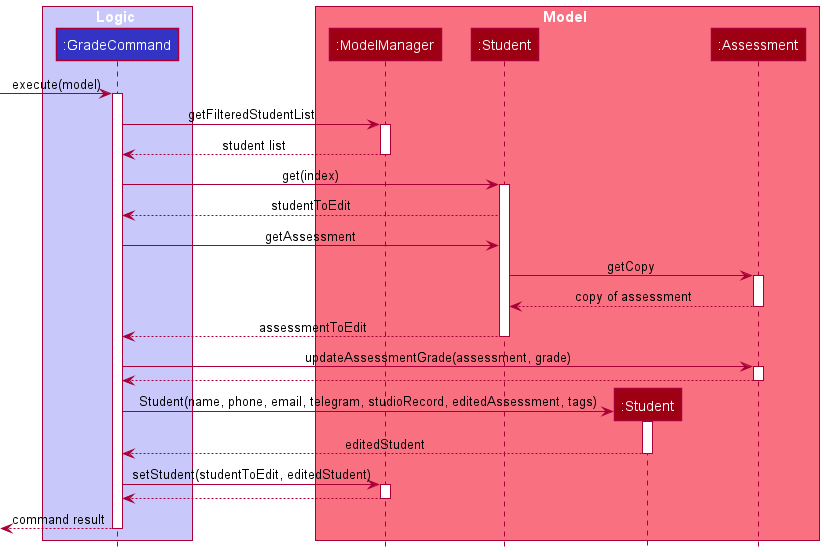
nus-cs2103-AY2122S1/tp keeps this PlantUML diagram as docs/images/dg/logic/commands/gradecommand/GradeCommandSequenceDiagram.png. Above is the earlier version.
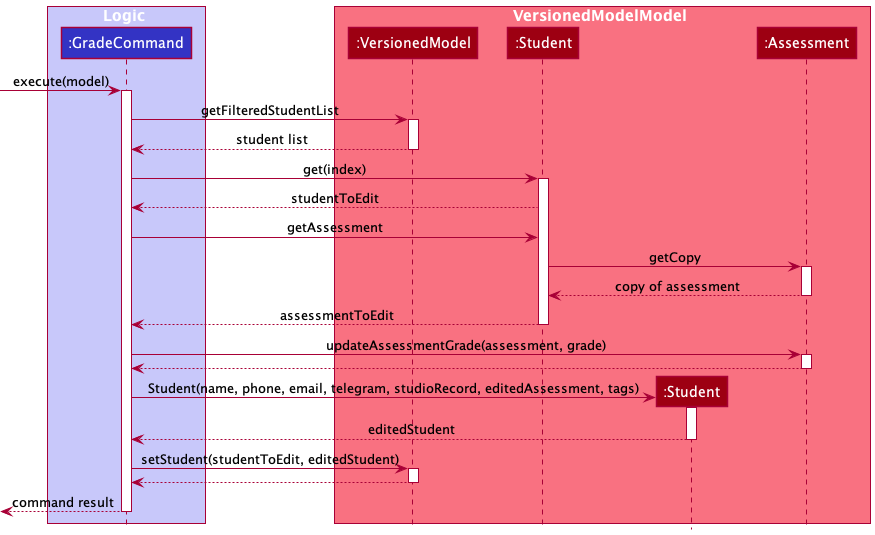
After the commit.

Diff of the diagram source:
```diff
@@ -1,12 +1,12 @@
 @startuml
-!include style.puml
+!include ../../../style.puml
 
 box Logic LOGIC_COLOR_T1
 participant ":GradeCommand" as GradeCommand LOGIC_COLOR
 end box
 
-box Model MODEL_COLOR_T1
-participant ":ModelManager" as ModelManager MODEL_COLOR
+box VersionedModelModel MODEL_COLOR_T1
+participant ":VersionedModel" as ModelManager MODEL_COLOR
 participant ":Student" as Student MODEL_COLOR
 participant ":Student" as EditedStudent MODEL_COLOR
 participant ":Assessment" as Assessment MODEL_COLOR
```
